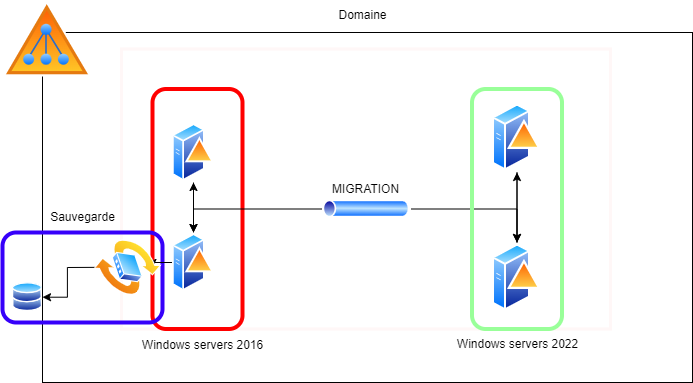
Earlier version of the draw.io export Diagramme sans nom.drawio.png (Ktkjf/entrainement_wordpress). Source tidied: cells renumbered, new cells last; positions are measured from the earlier drawing's top-left corner, leaving out a move shared by most shapes.
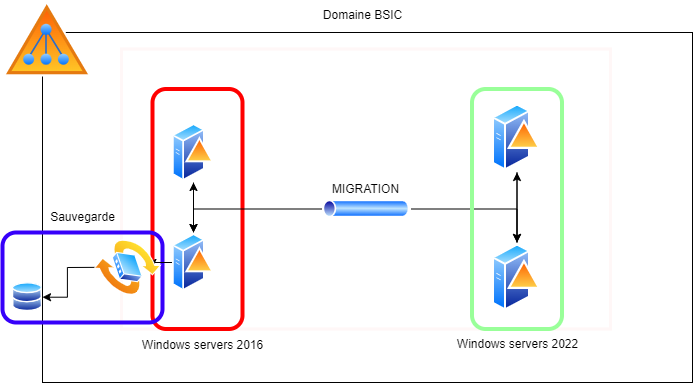
The same file after the commit.

Commit message:
Mettre à jour Diagramme sans nom.drawio.png

Diff of the diagram source:
```diff
@@ -65,8 +65,8 @@
     <mxCell id="22" style="rounded=1;whiteSpace=wrap;html=1;fillColor=none;strokeWidth=4;strokeColor=#99FF99;" parent="1" vertex="1">
       <mxGeometry x="469.5" y="88.5" width="90" height="240" as="geometry" />
     </mxCell>
-    <mxCell id="23" value="Domaine" style="text;html=1;align=center;verticalAlign=middle;strokeColor=none;fillColor=none;" parent="1" vertex="1">
-      <mxGeometry x="325" width="70" height="30" as="geometry" />
+    <mxCell id="23" value="Domaine BSIC" style="text;html=1;align=center;verticalAlign=middle;strokeColor=none;fillColor=none;" parent="1" vertex="1">
+      <mxGeometry x="310" width="100" height="30" as="geometry" />
     </mxCell>
     <mxCell id="24" value="Windows servers 2016" style="text;html=1;align=center;verticalAlign=middle;strokeColor=none;fillColor=none;" parent="1" vertex="1">
       <mxGeometry x="130" y="330" width="140" height="30" as="geometry" />
```
